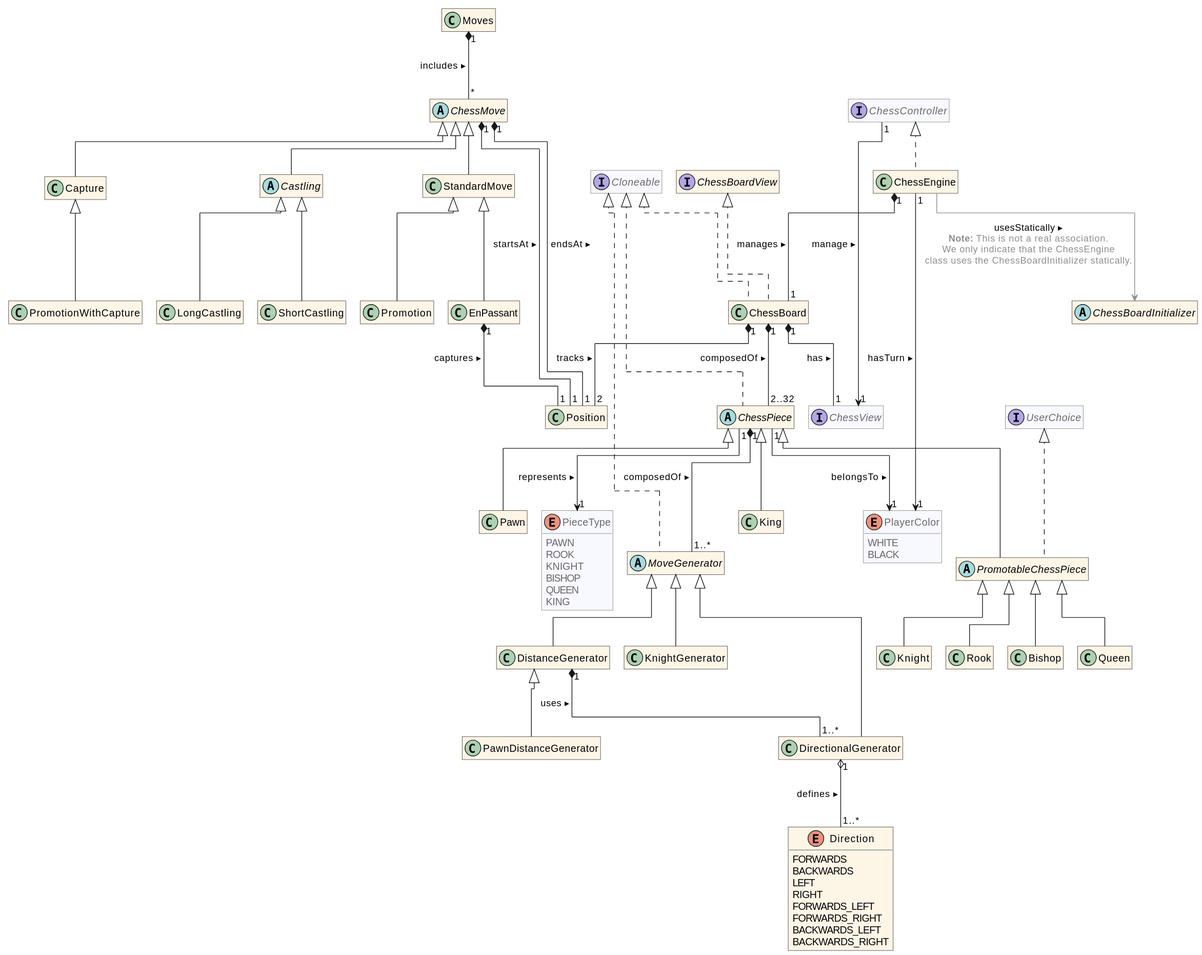
Before: docs/assets/uml-simple.svg, a diagram exported from PlantUML (HEIG-VD-BA3-POO/labo08).
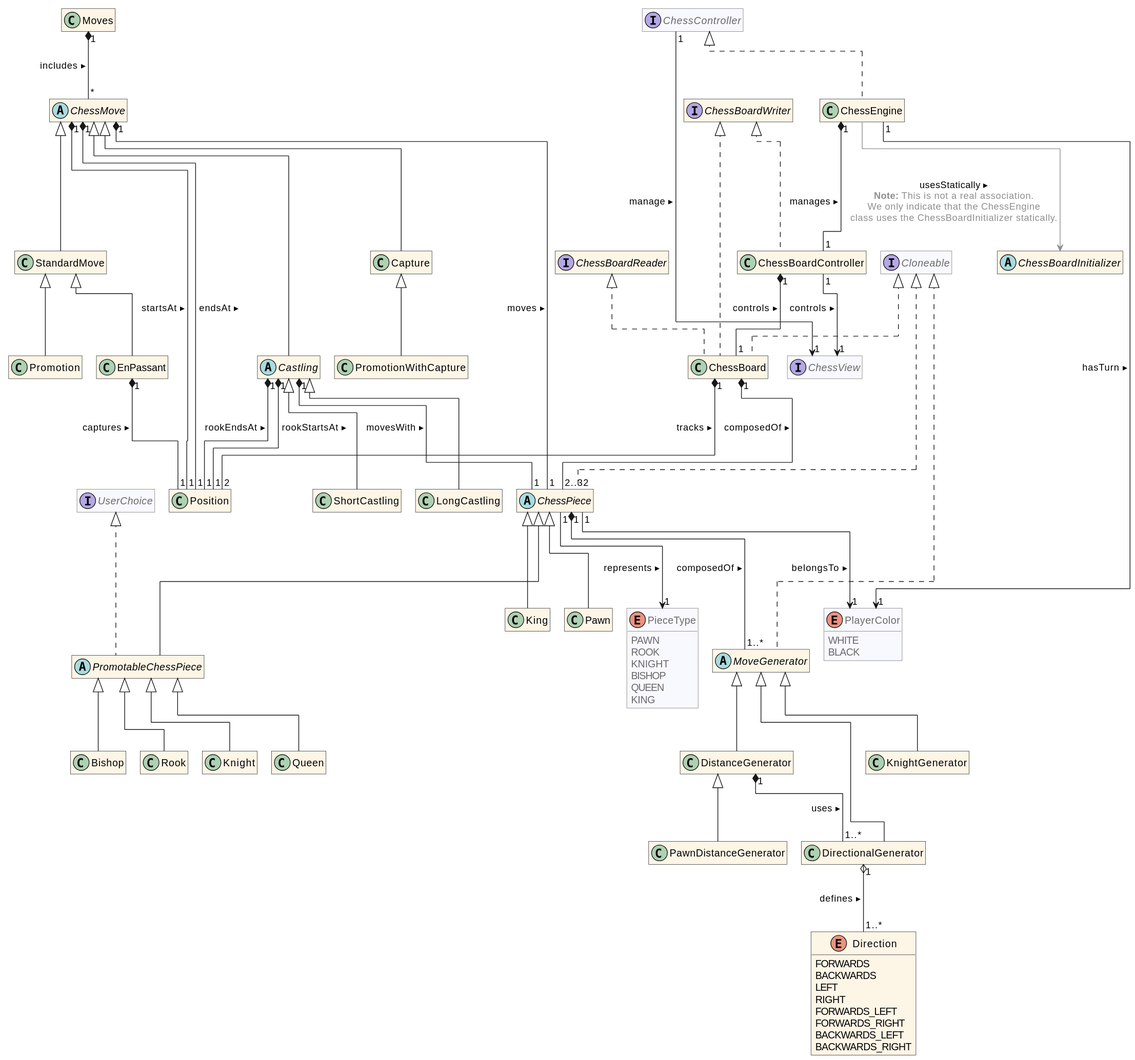
The same file after the commit.

What changed in the source:
```diff
@@ -32,13 +32,18 @@
 
 
 
+
 class ChessEngine implements ChessController {}
 
-interface ChessBoardView {}
+interface ChessBoardWriter {}
+
+interface ChessBoardReader {}
+
+class ChessBoardController implements ChessBoardWriter {}
 
 interface Cloneable<<provided>> {}
 
-class ChessBoard implements ChessBoardView, Cloneable {}
+class ChessBoard implements ChessBoardReader, ChessBoardWriter, Cloneable {}
 
 abstract class ChessBoardInitializer {}
 
@@ -85,7 +90,6 @@
     BACKWARDS_RIGHT
 }
 
-
 class Moves {}
 
 abstract class ChessMove {}
@@ -101,10 +105,11 @@
 
 ChessController "1" --> "1" ChessView : manage ▸
 
-ChessEngine "1" *-- "1" ChessBoard : manages ▸
+ChessEngine "1" *-- "1" ChessBoardController : manages ▸
 ChessEngine "1" --> "1" PlayerColor : hasTurn ▸
 ChessEngine -[#8e8e8e]-> ChessBoardInitializer : usesStatically ▸\n<color #8e8e8e>**Note:** This is not a real association.\n<color #8e8e8e>We only indicate that the ChessEngine\n<color #8e8e8e>class uses the ChessBoardInitializer statically.
-ChessBoard "1" *-- "1" ChessView : has ▸
+ChessBoardController "1" *-- "1" ChessBoard : controls ▸
+ChessBoardController "1" --> "1" ChessView : controls ▸
 ChessBoard "1" *-- "2..32" ChessPiece : composedOf ▸
 ChessBoard "1" *-- "2" Position : tracks ▸
 ChessPiece "1" --> "1" PieceType : represents ▸
@@ -116,6 +121,10 @@
 
 ChessMove "1" *-- "1" Position : startsAt ▸
 ChessMove "1" *-- "1" Position : endsAt ▸
+ChessMove "1" *-- "1" ChessPiece : moves ▸
 Moves "1" *-- "*" ChessMove : includes ▸
 EnPassant "1" *-- "1" Position : captures ▸
+Castling "1" *-- "1" Position : rookStartsAt ▸
+Castling "1" *-- "1" Position : rookEndsAt ▸
+Castling "1" *-- "1" ChessPiece : movesWith ▸
 @enduml
```
